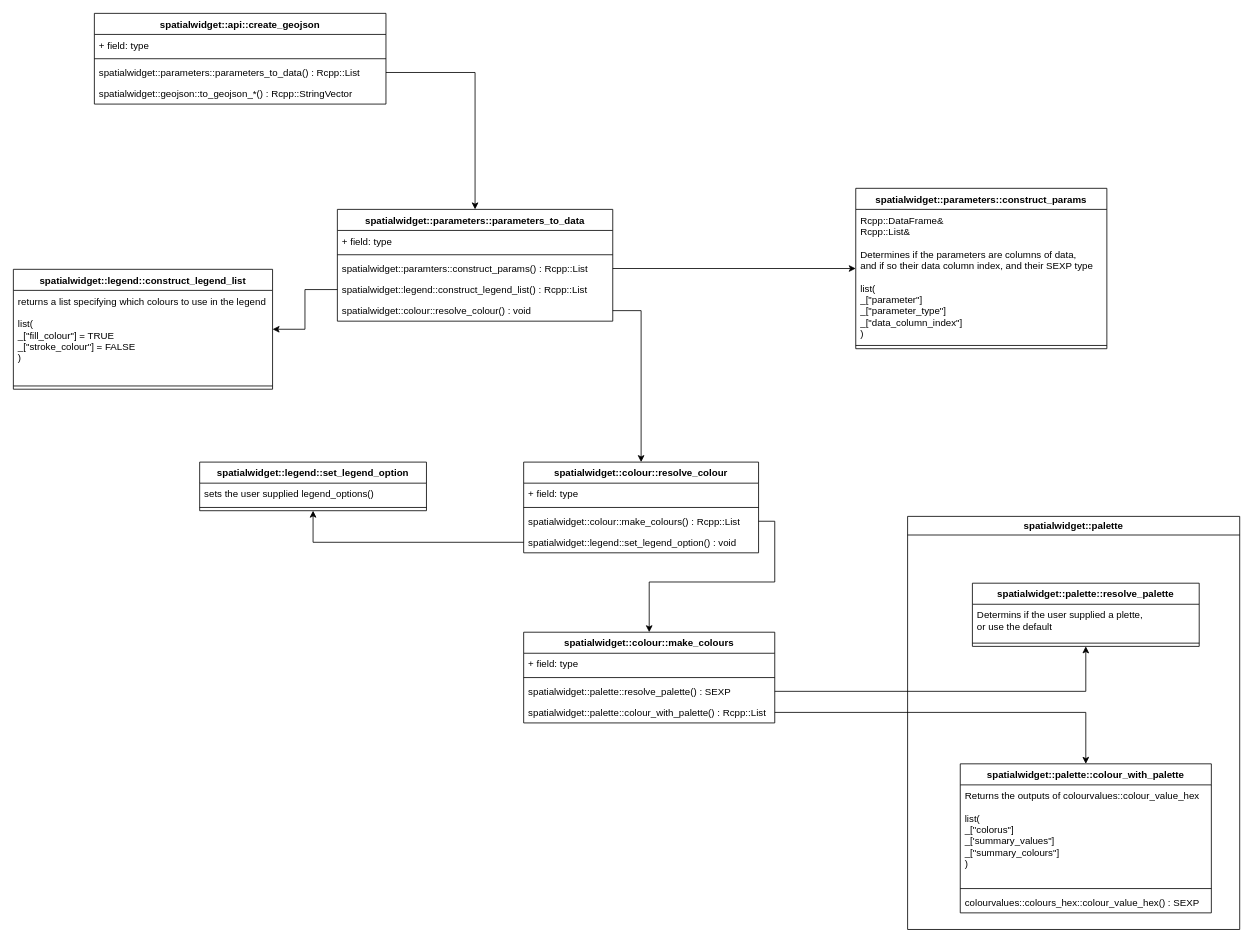
Before: docs/package_logic/spatialwidget.drawio in SymbolixAU/spatialwidget, a draw.io diagram. Source tidied: cells renumbered, new cells numbered last; positions are measured from the earlier drawing's top-left corner, leaving out a move shared by most shapes. Both pictures are drawn from the tidied source at 81%, with x=0, y=0 at pixel (13, 13).
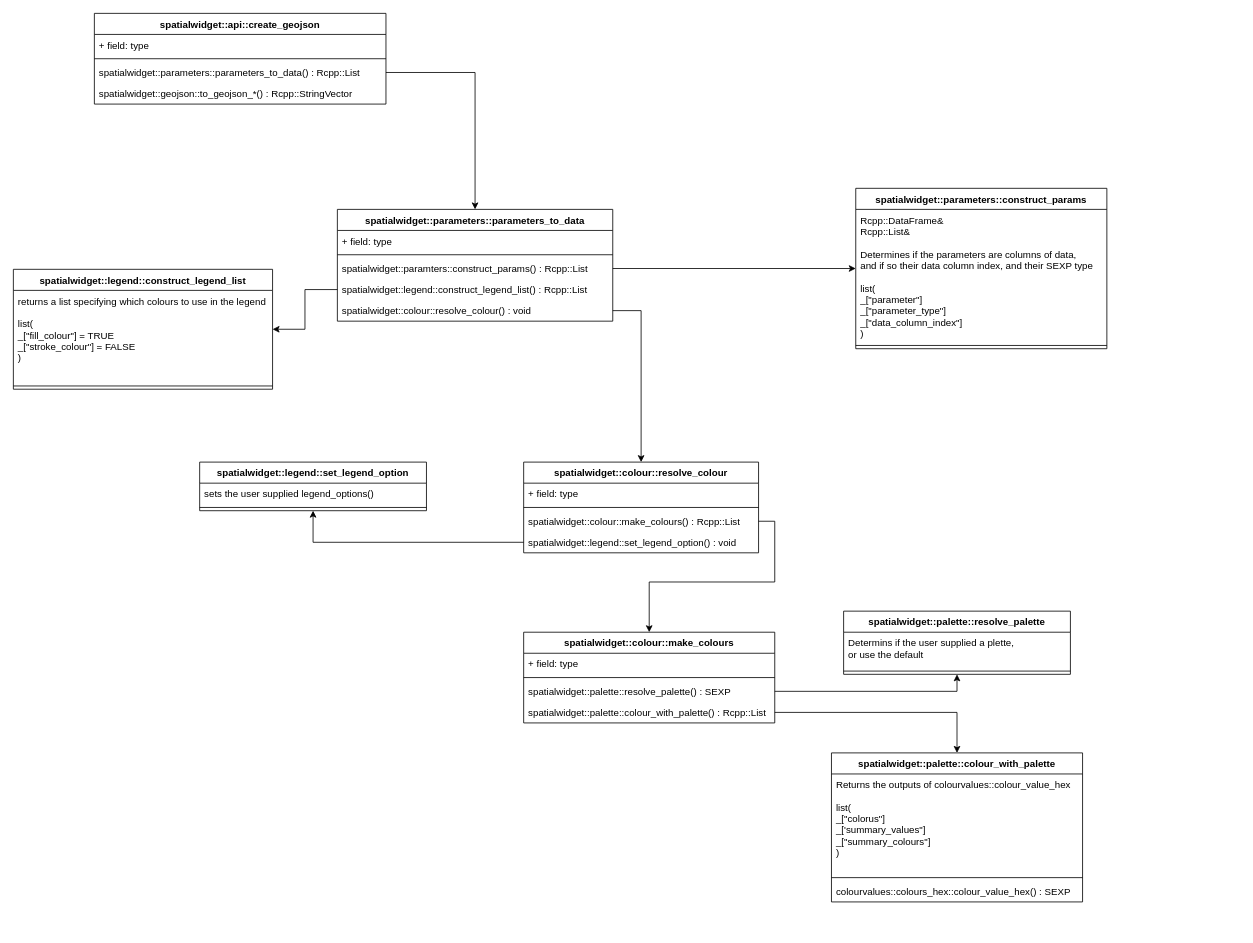
After the change.

Change to the diagram source:
```diff
@@
-    <mxCell id="40" value="spatialwidget::palette" style="swimlane;" parent="1" vertex="1">
-      <mxGeometry x="1104" y="621" width="410" height="510" as="geometry" />
-    </mxCell>
-    <mxCell id="41" value="spatialwidget::palette::resolve_palette" style="swimlane;fontStyle=1;align=center;verticalAlign=top;horizontal=1;startSize=26;" parent="40" vertex="1">
-      <mxGeometry x="80" y="82.5" width="280" height="78" as="geometry" />
+    <mxCell id="41" value="spatialwidget::palette::resolve_palette" style="swimlane;fontStyle=1;align=center;verticalAlign=top;horizontal=1;startSize=26;" parent="1" vertex="1">
+      <mxGeometry x="1025" y="738" width="280" height="78" as="geometry" />
     </mxCell>
@@
-    <mxCell id="44" value="spatialwidget::palette::colour_with_palette" style="swimlane;fontStyle=1;align=center;verticalAlign=top;horizontal=1;startSize=26;" parent="40" vertex="1">
-      <mxGeometry x="65" y="305.5" width="310" height="184" as="geometry" />
+    <mxCell id="44" value="spatialwidget::palette::colour_with_palette" style="swimlane;fontStyle=1;align=center;verticalAlign=top;horizontal=1;startSize=26;" parent="1" vertex="1">
+      <mxGeometry x="1010" y="913" width="310" height="184" as="geometry" />
     </mxCell>
```
